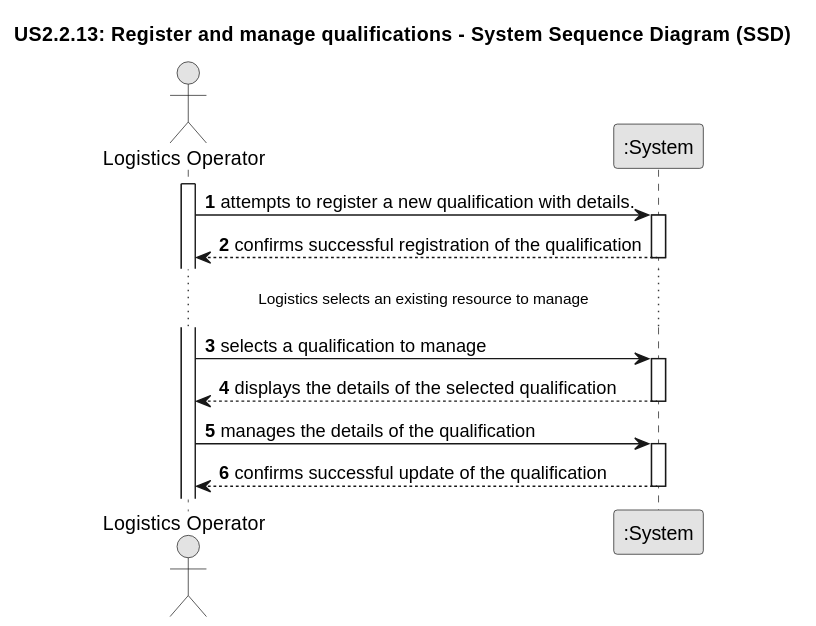
This is documentation/SprintA/US2.2.13/01.requirements-engineering/svg/US2.2.13-system-sequence-diagram.svg from AmirMasnavi/Port-Logistics-Management-System, a PlantUML export, as it was before one commit.
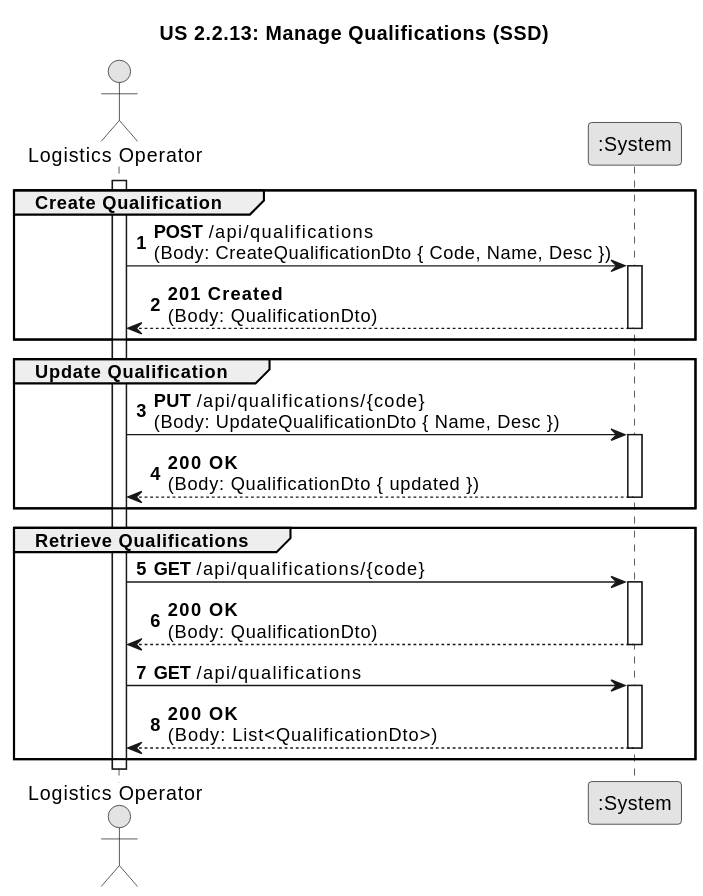
The same file after the commit.

The edit, as a diff of the source:
```diff
@@ -3,25 +3,40 @@
 skinparam packageStyle rectangle
 skinparam shadowing false
 
-title US2.2.13: Register and manage qualifications - System Sequence Diagram (SSD)
+title US 2.2.13: Manage Qualifications (SSD)
 
 autonumber
-actor "Logistics Operator" as Logistics
+actor "Logistics Operator" as Operator
 participant ":System" as System
 
-Activate Logistics
-Logistics -> System : attempts to register a new qualification with details.
-activate System
-System --> Logistics : confirms successful registration of the qualification
-deactivate System
+activate Operator
 
-... Logistics selects an existing resource to manage ...
-Logistics -> System : selects a qualification to manage
-activate System
-System --> Logistics : displays the details of the selected qualification
-deactivate System
-Logistics -> System : manages the details of the qualification
-activate System
-System --> Logistics : confirms successful update of the qualification
-deactivate System
+group Create Qualification
+    Operator -> System : **POST** /api/qualifications\n(Body: CreateQualificationDto { Code, Name, Desc })
+    activate System
+    System --> Operator : **201 Created**\n(Body: QualificationDto)
+    deactivate System
+end
+
+group Update Qualification
+    Operator -> System : **PUT** /api/qualifications/{code}\n(Body: UpdateQualificationDto { Name, Desc })
+    activate System
+    System --> Operator : **200 OK**\n(Body: QualificationDto { updated })
+    deactivate System
+end
+
+group Retrieve Qualifications
+    Operator -> System : **GET** /api/qualifications/{code}
+    activate System
+    System --> Operator : **200 OK**\n(Body: QualificationDto)
+    deactivate System
+
+    Operator -> System : **GET** /api/qualifications
+    activate System
+    System --> Operator : **200 OK**\n(Body: List<QualificationDto>)
+    deactivate System
+end
+
+
+deactivate Operator
 @enduml
```
